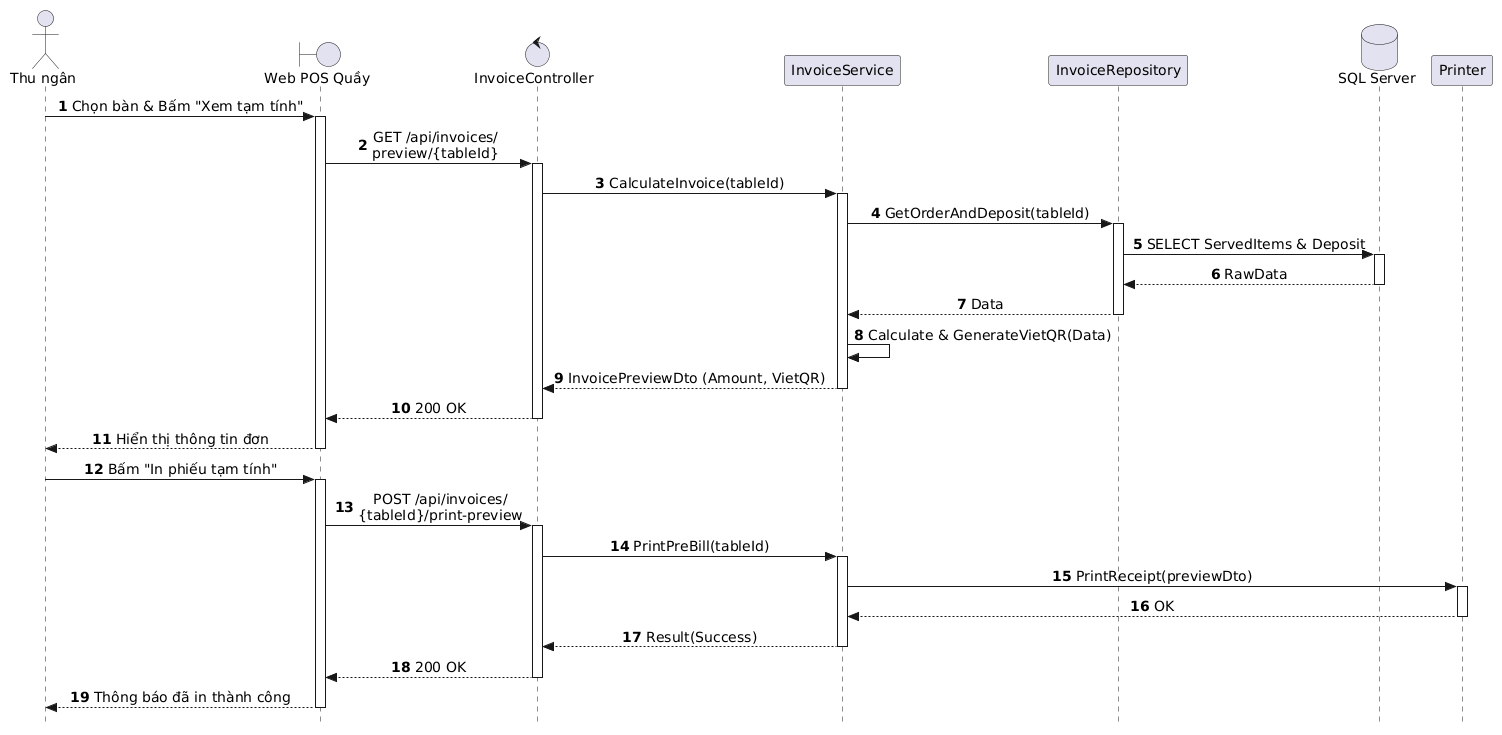
The PlantUML diagram out/docs/puml/sequences/SD_UC_E3_2_Preview_Invoice/SD_UC_E3_2_Preview_Invoice.png in AndrewQng/VinDining, before a commit.
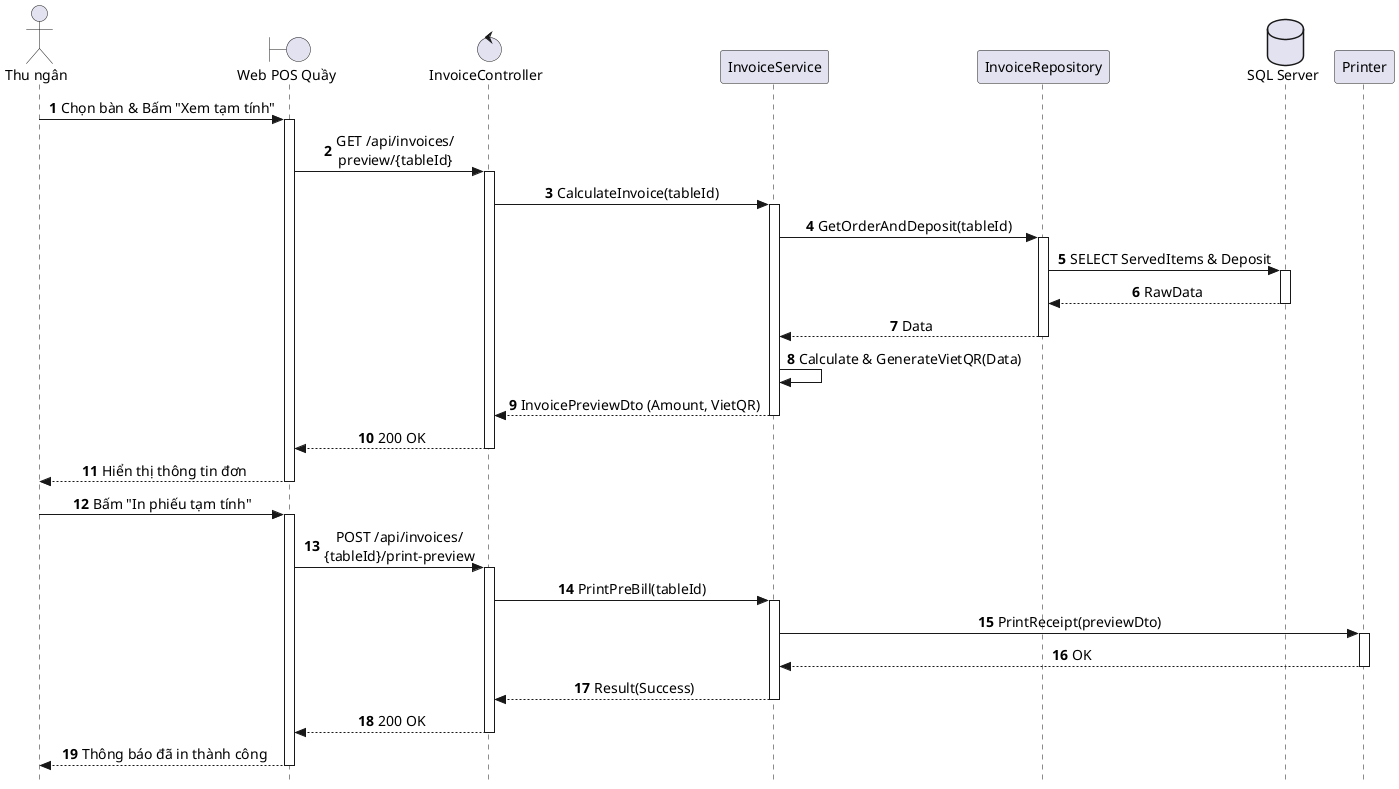
Above is the later version.

The edit, as a diff of the source:
```diff
@@ -1,4 +1,4 @@
-@startuml
+@startuml SD_UC_E3_2_Preview_Invoice
 autonumber
 skinparam style strictuml
 skinparam sequenceMessageAlign center
@@ -65,4 +65,5 @@
 
 WebPOS --> Cashier: Thông báo đã in thành công
 deactivate WebPOS
+
 @enduml
```
